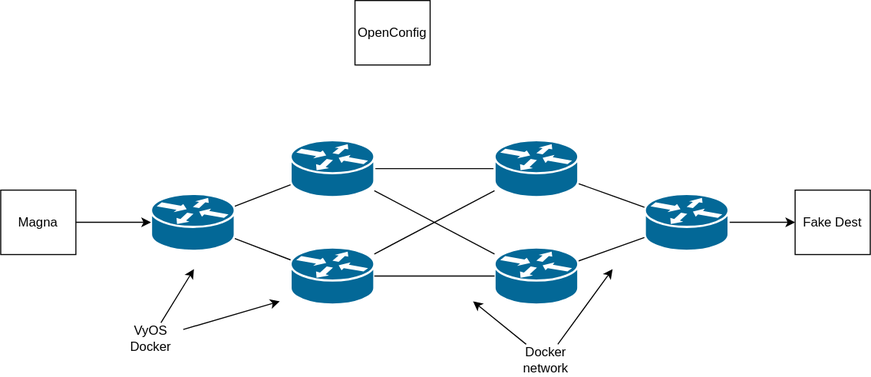
This is docs/vyosnetwork.drawio.svg from brianpnaughton/trustengine, a draw.io export, as it was before one commit. Source tidied: cells renumbered, new cells last; positions are measured from the earlier drawing's top-left corner, leaving out a move shared by most shapes. Source of this version:
```xml
<mxGraphModel>
  <root>
    <mxCell id="0" />
    <mxCell id="1" parent="0" />
    <mxCell id="2" style="edgeStyle=none;html=1;endArrow=none;endFill=0;" parent="1" edge="1" source="4" target="8">
      <mxGeometry relative="1" as="geometry" />
    </mxCell>
    <mxCell id="3" style="edgeStyle=none;html=1;endArrow=none;endFill=0;" parent="1" edge="1" source="4" target="10">
      <mxGeometry relative="1" as="geometry" />
    </mxCell>
    <mxCell id="4" style="shape=mxgraph.cisco.routers.router;sketch=0;html=1;dashed=0;fillColor=#036897;strokeColor=#ffffff;strokeWidth=2;verticalLabelPosition=bottom;verticalAlign=top;align=center;outlineConnect=0;" parent="1" vertex="1">
      <mxGeometry x="270" y="130" width="78" height="53" as="geometry" />
    </mxCell>
    <mxCell id="5" style="edgeStyle=none;html=1;endArrow=none;endFill=0;" parent="1" edge="1" source="6" target="8">
      <mxGeometry relative="1" as="geometry" />
    </mxCell>
    <mxCell id="6" style="shape=mxgraph.cisco.routers.router;sketch=0;html=1;dashed=0;fillColor=#036897;strokeColor=#ffffff;strokeWidth=2;verticalLabelPosition=bottom;verticalAlign=top;align=center;outlineConnect=0;" parent="1" vertex="1">
      <mxGeometry x="270" y="230" width="78" height="53" as="geometry" />
    </mxCell>
    <mxCell id="7" style="edgeStyle=none;html=1;endArrow=none;endFill=0;" parent="1" edge="1" source="8" target="16">
      <mxGeometry relative="1" as="geometry" />
    </mxCell>
    <mxCell id="8" style="shape=mxgraph.cisco.routers.router;sketch=0;html=1;dashed=0;fillColor=#036897;strokeColor=#ffffff;strokeWidth=2;verticalLabelPosition=bottom;verticalAlign=top;align=center;outlineConnect=0;" parent="1" vertex="1">
      <mxGeometry x="460" y="130" width="78" height="53" as="geometry" />
    </mxCell>
    <mxCell id="9" style="edgeStyle=none;html=1;endArrow=none;endFill=0;" parent="1" edge="1" source="10" target="16">
      <mxGeometry relative="1" as="geometry" />
    </mxCell>
    <mxCell id="10" style="shape=mxgraph.cisco.routers.router;sketch=0;html=1;dashed=0;fillColor=#036897;strokeColor=#ffffff;strokeWidth=2;verticalLabelPosition=bottom;verticalAlign=top;align=center;outlineConnect=0;" parent="1" vertex="1">
      <mxGeometry x="460" y="230" width="78" height="53" as="geometry" />
    </mxCell>
    <mxCell id="11" style="edgeStyle=none;html=1;entryX=0;entryY=0.5;entryDx=0;entryDy=0;entryPerimeter=0;endArrow=none;endFill=0;" parent="1" edge="1" source="6" target="10">
      <mxGeometry relative="1" as="geometry" />
    </mxCell>
    <mxCell id="12" style="edgeStyle=none;html=1;endArrow=none;endFill=0;" parent="1" edge="1" source="14" target="4">
      <mxGeometry relative="1" as="geometry" />
    </mxCell>
    <mxCell id="13" style="edgeStyle=none;html=1;endArrow=none;endFill=0;" parent="1" edge="1" source="14" target="6">
      <mxGeometry relative="1" as="geometry" />
    </mxCell>
    <mxCell id="14" style="shape=mxgraph.cisco.routers.router;sketch=0;html=1;dashed=0;fillColor=#036897;strokeColor=#ffffff;strokeWidth=2;verticalLabelPosition=bottom;verticalAlign=top;align=center;outlineConnect=0;" parent="1" vertex="1">
      <mxGeometry x="140" y="180" width="78" height="53" as="geometry" />
    </mxCell>
    <mxCell id="15" style="edgeStyle=none;html=1;entryX=0;entryY=0.5;entryDx=0;entryDy=0;" parent="1" edge="1" source="16" target="25">
      <mxGeometry relative="1" as="geometry" />
    </mxCell>
    <mxCell id="16" style="shape=mxgraph.cisco.routers.router;sketch=0;html=1;dashed=0;fillColor=#036897;strokeColor=#ffffff;strokeWidth=2;verticalLabelPosition=bottom;verticalAlign=top;align=center;outlineConnect=0;" parent="1" vertex="1">
      <mxGeometry x="600" y="180" width="78" height="53" as="geometry" />
    </mxCell>
    <mxCell id="17" style="edgeStyle=none;html=1;" parent="1" edge="1" source="19">
      <mxGeometry relative="1" as="geometry">
        <mxPoint x="180" y="250" as="targetPoint" />
      </mxGeometry>
    </mxCell>
    <mxCell id="18" style="edgeStyle=none;html=1;" parent="1" edge="1" source="19">
      <mxGeometry relative="1" as="geometry">
        <mxPoint x="260" y="280" as="targetPoint" />
      </mxGeometry>
    </mxCell>
    <mxCell id="19" value="VyOS Docker" style="text;html=1;align=center;verticalAlign=middle;whiteSpace=wrap;rounded=0;" parent="1" vertex="1">
      <mxGeometry x="110" y="300" width="60" height="30" as="geometry" />
    </mxCell>
    <mxCell id="20" style="edgeStyle=none;html=1;" parent="1" edge="1" source="22">
      <mxGeometry relative="1" as="geometry">
        <mxPoint x="440" y="280" as="targetPoint" />
      </mxGeometry>
    </mxCell>
    <mxCell id="21" style="edgeStyle=none;html=1;" parent="1" edge="1" source="22">
      <mxGeometry relative="1" as="geometry">
        <mxPoint x="570" y="250" as="targetPoint" />
      </mxGeometry>
    </mxCell>
    <mxCell id="22" value="Docker network" style="text;html=1;align=center;verticalAlign=middle;whiteSpace=wrap;rounded=0;" parent="1" vertex="1">
      <mxGeometry x="478" y="320" width="60" height="30" as="geometry" />
    </mxCell>
    <mxCell id="23" value="Magna" style="rounded=0;whiteSpace=wrap;html=1;" parent="1" vertex="1">
      <mxGeometry y="176.5" width="70" height="60" as="geometry" />
    </mxCell>
    <mxCell id="24" style="edgeStyle=none;html=1;entryX=0;entryY=0.5;entryDx=0;entryDy=0;entryPerimeter=0;" parent="1" edge="1" source="23" target="14">
      <mxGeometry relative="1" as="geometry" />
    </mxCell>
    <mxCell id="25" value="Fake Dest" style="rounded=0;whiteSpace=wrap;html=1;" parent="1" vertex="1">
      <mxGeometry x="740" y="176.5" width="70" height="60" as="geometry" />
    </mxCell>
    <mxCell id="26" value="OpenConfig" style="rounded=0;whiteSpace=wrap;html=1;" parent="1" vertex="1">
      <mxGeometry x="330" width="70" height="60" as="geometry" />
    </mxCell>
  </root>
</mxGraphModel>
```
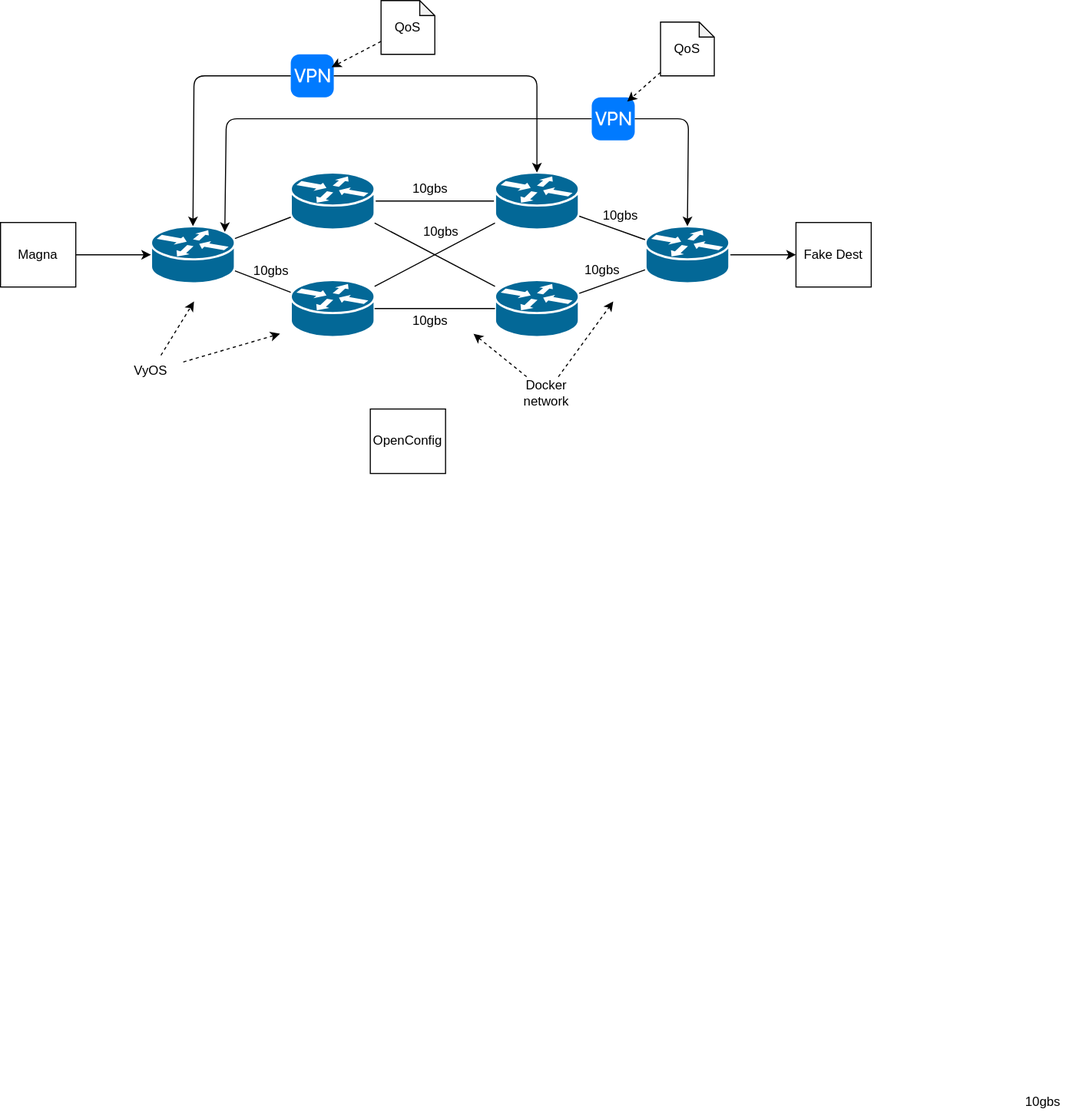
The same file after the commit.

Change to the diagram source:
```diff
@@ -47,25 +47,25 @@
     <mxCell id="16" style="shape=mxgraph.cisco.routers.router;sketch=0;html=1;dashed=0;fillColor=#036897;strokeColor=#ffffff;strokeWidth=2;verticalLabelPosition=bottom;verticalAlign=top;align=center;outlineConnect=0;" parent="1" vertex="1">
       <mxGeometry x="600" y="180" width="78" height="53" as="geometry" />
     </mxCell>
-    <mxCell id="17" style="edgeStyle=none;html=1;" parent="1" edge="1" source="19">
+    <mxCell id="17" style="edgeStyle=none;html=1;dashed=1;" parent="1" edge="1" source="19">
       <mxGeometry relative="1" as="geometry">
         <mxPoint x="180" y="250" as="targetPoint" />
       </mxGeometry>
     </mxCell>
-    <mxCell id="18" style="edgeStyle=none;html=1;" parent="1" edge="1" source="19">
+    <mxCell id="18" style="edgeStyle=none;html=1;dashed=1;" parent="1" edge="1" source="19">
       <mxGeometry relative="1" as="geometry">
         <mxPoint x="260" y="280" as="targetPoint" />
       </mxGeometry>
     </mxCell>
-    <mxCell id="19" value="VyOS Docker" style="text;html=1;align=center;verticalAlign=middle;whiteSpace=wrap;rounded=0;" parent="1" vertex="1">
+    <mxCell id="19" value="VyOS" style="text;html=1;align=center;verticalAlign=middle;whiteSpace=wrap;rounded=0;" parent="1" vertex="1">
       <mxGeometry x="110" y="300" width="60" height="30" as="geometry" />
     </mxCell>
-    <mxCell id="20" style="edgeStyle=none;html=1;" parent="1" edge="1" source="22">
+    <mxCell id="20" style="edgeStyle=none;html=1;dashed=1;" parent="1" edge="1" source="22">
       <mxGeometry relative="1" as="geometry">
         <mxPoint x="440" y="280" as="targetPoint" />
       </mxGeometry>
     </mxCell>
-    <mxCell id="21" style="edgeStyle=none;html=1;" parent="1" edge="1" source="22">
+    <mxCell id="21" style="edgeStyle=none;html=1;dashed=1;" parent="1" edge="1" source="22">
       <mxGeometry relative="1" as="geometry">
         <mxPoint x="570" y="250" as="targetPoint" />
       </mxGeometry>
@@ -83,7 +83,74 @@
       <mxGeometry x="740" y="176.5" width="70" height="60" as="geometry" />
     </mxCell>
     <mxCell id="26" value="OpenConfig" style="rounded=0;whiteSpace=wrap;html=1;" parent="1" vertex="1">
-      <mxGeometry x="330" width="70" height="60" as="geometry" />
+      <mxGeometry x="344" y="350" width="70" height="60" as="geometry" />
     </mxCell>
+    <mxCell id="27" style="html=1;strokeWidth=1;shadow=0;dashed=0;shape=mxgraph.ios7.misc.vpn;fillColor=#007AFF;strokeColor=none;buttonText=;strokeColor2=#222222;fontColor=#222222;fontSize=8;verticalLabelPosition=bottom;verticalAlign=top;align=center;sketch=0;" parent="1" vertex="1">
+      <mxGeometry x="270" y="20" width="40" height="40" as="geometry" />
+    </mxCell>
+    <mxCell id="28" style="edgeStyle=none;html=1;entryX=0.5;entryY=0;entryDx=0;entryDy=0;entryPerimeter=0;" parent="1" edge="1" source="27" target="14">
+      <mxGeometry relative="1" as="geometry">
+        <Array as="points">
+          <mxPoint x="180" y="40" />
+        </Array>
+      </mxGeometry>
+    </mxCell>
+    <mxCell id="29" style="edgeStyle=none;html=1;entryX=0.5;entryY=0;entryDx=0;entryDy=0;entryPerimeter=0;" parent="1" edge="1" source="27" target="8">
+      <mxGeometry relative="1" as="geometry">
+        <Array as="points">
+          <mxPoint x="499" y="40" />
+        </Array>
+      </mxGeometry>
+    </mxCell>
+    <mxCell id="30" style="edgeStyle=none;html=1;entryX=0.88;entryY=0.1;entryDx=0;entryDy=0;entryPerimeter=0;" parent="1" edge="1" source="31" target="14">
+      <mxGeometry relative="1" as="geometry">
+        <Array as="points">
+          <mxPoint x="210" y="80" />
+        </Array>
+      </mxGeometry>
+    </mxCell>
+    <mxCell id="31" style="html=1;strokeWidth=1;shadow=0;dashed=0;shape=mxgraph.ios7.misc.vpn;fillColor=#007AFF;strokeColor=none;buttonText=;strokeColor2=#222222;fontColor=#222222;fontSize=8;verticalLabelPosition=bottom;verticalAlign=top;align=center;sketch=0;" parent="1" vertex="1">
+      <mxGeometry x="550" y="60" width="40" height="40" as="geometry" />
+    </mxCell>
+    <mxCell id="32" style="edgeStyle=none;html=1;entryX=0.5;entryY=0;entryDx=0;entryDy=0;entryPerimeter=0;" parent="1" edge="1" source="31" target="16">
+      <mxGeometry relative="1" as="geometry">
+        <Array as="points">
+          <mxPoint x="640" y="80" />
+        </Array>
+      </mxGeometry>
+    </mxCell>
+    <mxCell id="33" value="QoS" style="shape=note;whiteSpace=wrap;html=1;backgroundOutline=1;darkOpacity=0.05;size=14;" parent="1" vertex="1">
+      <mxGeometry x="614" y="-10" width="50" height="50" as="geometry" />
+    </mxCell>
+    <mxCell id="34" style="edgeStyle=none;html=1;entryX=0.825;entryY=0.1;entryDx=0;entryDy=0;entryPerimeter=0;dashed=1;" parent="1" edge="1" source="33" target="31">
+      <mxGeometry relative="1" as="geometry" />
+    </mxCell>
+    <mxCell id="35" value="QoS" style="shape=note;whiteSpace=wrap;html=1;backgroundOutline=1;darkOpacity=0.05;size=14;" parent="1" vertex="1">
+      <mxGeometry x="354" y="-30" width="50" height="50" as="geometry" />
+    </mxCell>
+    <mxCell id="36" style="edgeStyle=none;html=1;entryX=0.95;entryY=0.3;entryDx=0;entryDy=0;entryPerimeter=0;dashed=1;" parent="1" edge="1" source="35" target="27">
+      <mxGeometry relative="1" as="geometry" />
+    </mxCell>
+    <mxCell id="37" value="10gbs" style="text;html=1;align=center;verticalAlign=middle;whiteSpace=wrap;rounded=0;" parent="1" vertex="1">
+      <mxGeometry x="370" y="253" width="60" height="30" as="geometry" />
+    </mxCell>
+    <mxCell id="38" value="10gbs" style="text;html=1;align=center;verticalAlign=middle;whiteSpace=wrap;rounded=0;" parent="1" vertex="1">
+      <mxGeometry x="222" y="207" width="60" height="30" as="geometry" />
+    </mxCell>
+    <mxCell id="39" value="10gbs" style="text;html=1;align=center;verticalAlign=middle;whiteSpace=wrap;rounded=0;" parent="1" vertex="1">
+      <mxGeometry x="530" y="206" width="60" height="30" as="geometry" />
+    </mxCell>
+    <mxCell id="40" value="10gbs" style="text;html=1;align=center;verticalAlign=middle;whiteSpace=wrap;rounded=0;" parent="1" vertex="1">
+      <mxGeometry x="370" y="130" width="60" height="30" as="geometry" />
+    </mxCell>
+    <mxCell id="41" value="10gbs" style="text;html=1;align=center;verticalAlign=middle;whiteSpace=wrap;rounded=0;" parent="1" vertex="1">
+      <mxGeometry x="547" y="155" width="60" height="30" as="geometry" />
+    </mxCell>
+    <mxCell id="42" value="10gbs" style="text;html=1;align=center;verticalAlign=middle;whiteSpace=wrap;rounded=0;" parent="1" vertex="1">
+      <mxGeometry x="380" y="170" width="60" height="30" as="geometry" />
+    </mxCell>
+    <mxCell id="43" value="10gbs" style="text;html=1;align=center;verticalAlign=middle;whiteSpace=wrap;rounded=0;" parent="1" vertex="1">
+      <mxGeometry x="940" y="980" width="60" height="30" as="geometry" />
+    </mxCell>
   </root>
 </mxGraphModel>
```
